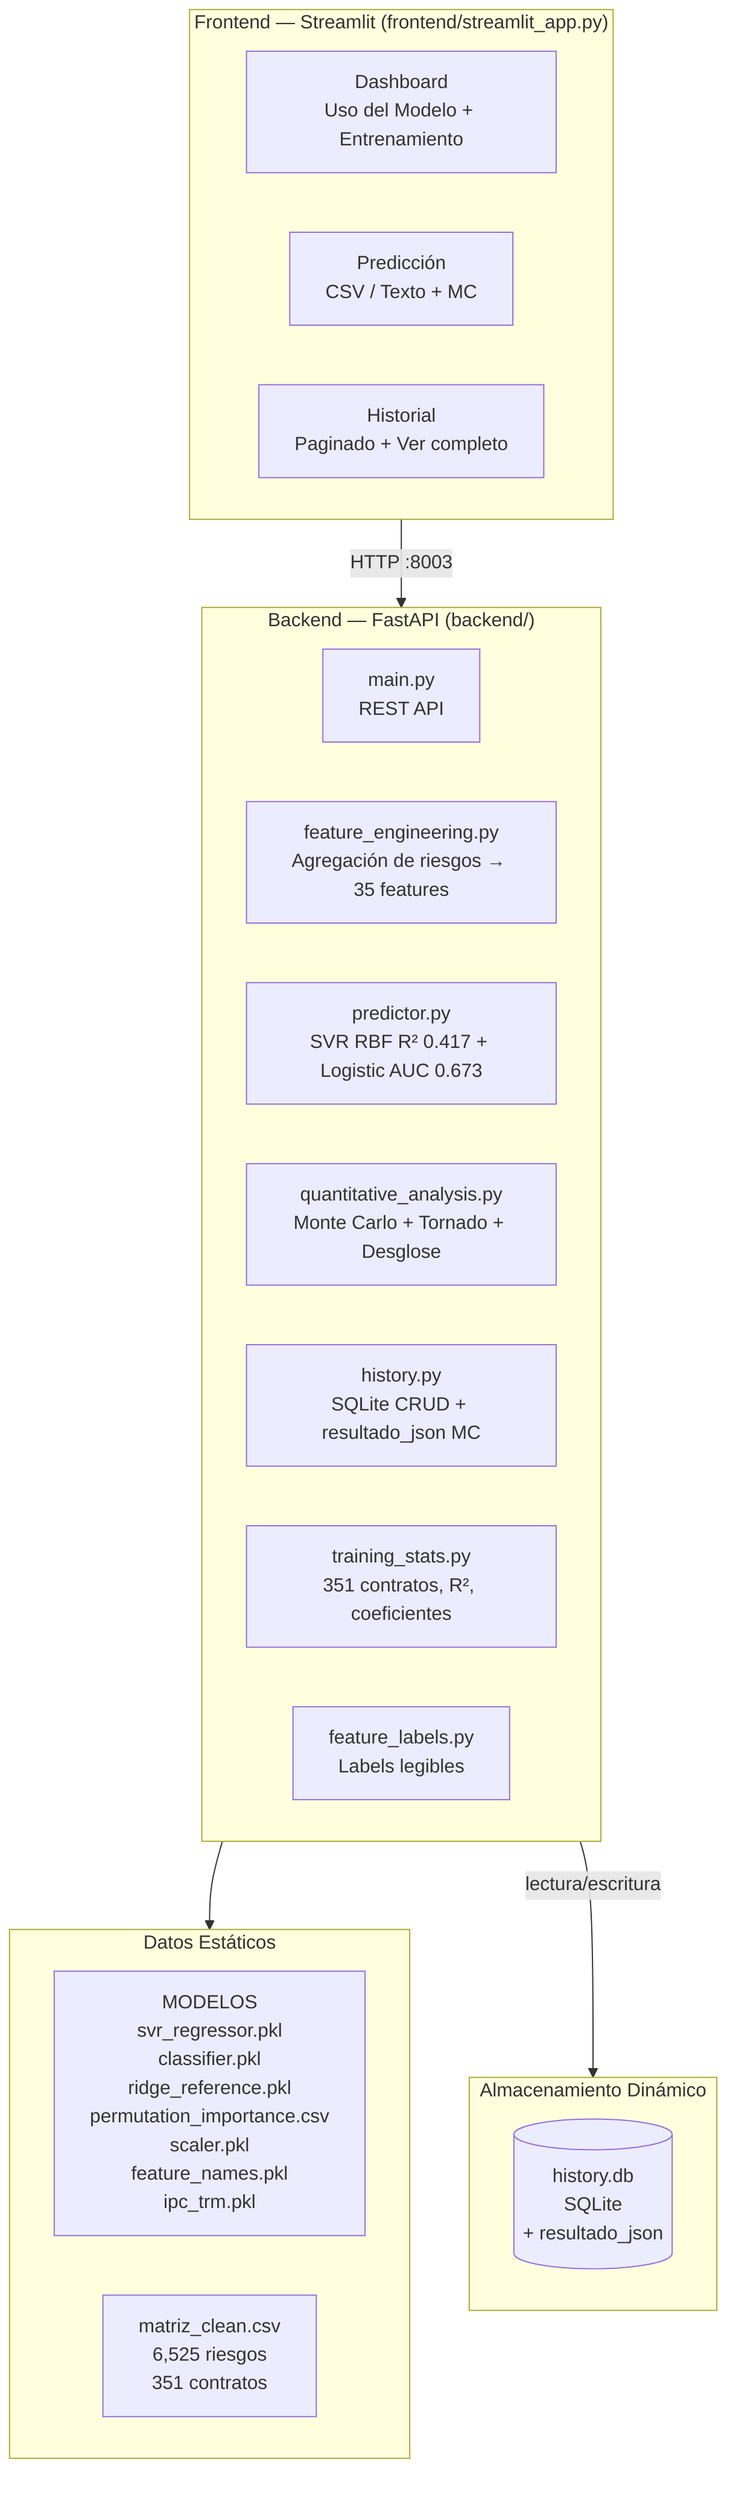
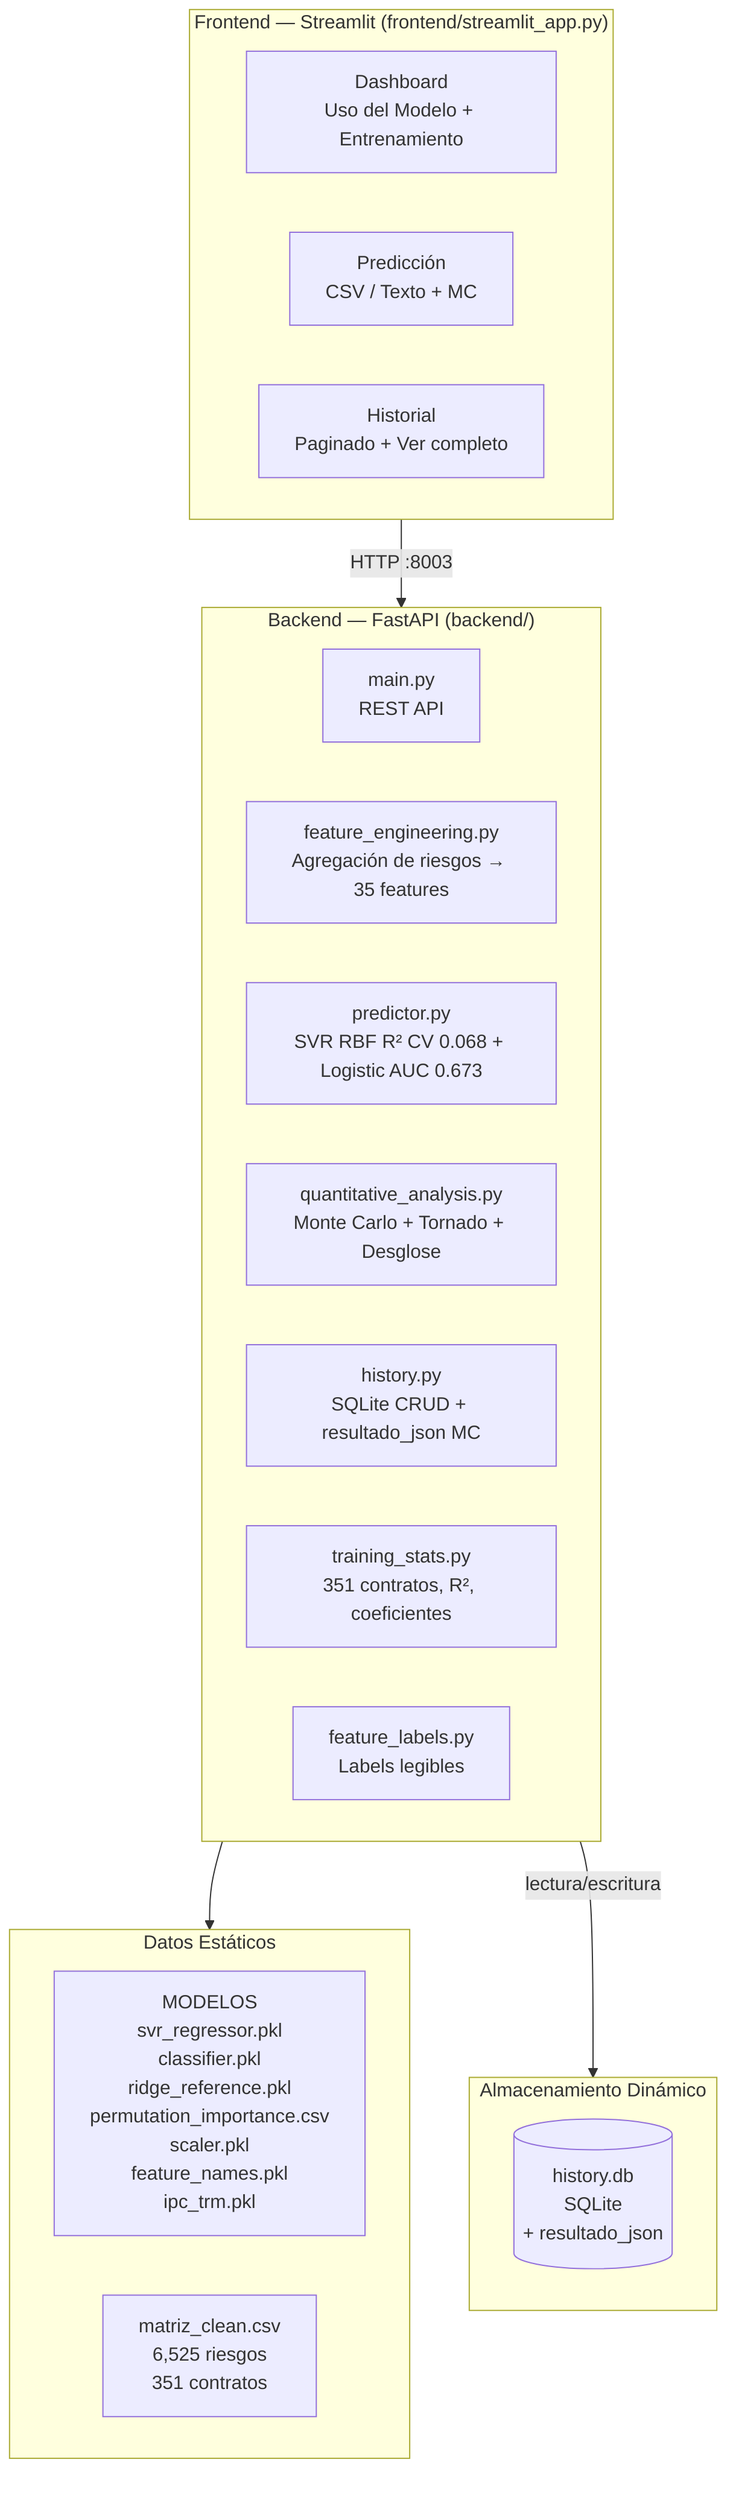
graph TB
    subgraph Frontend["Frontend — Streamlit (frontend/streamlit_app.py)"]
        DASH[Dashboard<br/>Uso del Modelo + Entrenamiento]
        PRED[Predicción<br/>CSV / Texto + MC]
        HIST[Historial<br/>Paginado + Ver completo]
    end

    subgraph Backend["Backend — FastAPI (backend/)"]
        API[main.py<br/>REST API]
        FE[feature_engineering.py<br/>Agregación de riesgos → 35 features]
-         PREDICT[predictor.py<br/>SVR RBF R² 0.417 + Logistic AUC 0.673]
+         PREDICT[predictor.py<br/>SVR RBF R² CV 0.068 + Logistic AUC 0.673]
        QA[quantitative_analysis.py<br/>Monte Carlo + Tornado + Desglose]
        HISTDB[history.py<br/>SQLite CRUD + resultado_json MC]
        TRAIN[training_stats.py<br/>351 contratos, R², coeficientes]
        LABELS[feature_labels.py<br/>Labels legibles]
    end

    subgraph Data["Datos Estáticos"]
        M[MODELOS<br/>svr_regressor.pkl<br/>classifier.pkl<br/>ridge_reference.pkl<br/>permutation_importance.csv<br/>scaler.pkl<br/>feature_names.pkl<br/>ipc_trm.pkl]
        MAT[matriz_clean.csv<br/>6,525 riesgos<br/>351 contratos]
    end

    subgraph Storage["Almacenamiento Dinámico"]
        DB[(history.db<br/>SQLite<br/>+ resultado_json)]
    end

    Frontend -->|HTTP :8003| Backend
    Backend --> Data
    Backend -->|lectura/escritura| Storage